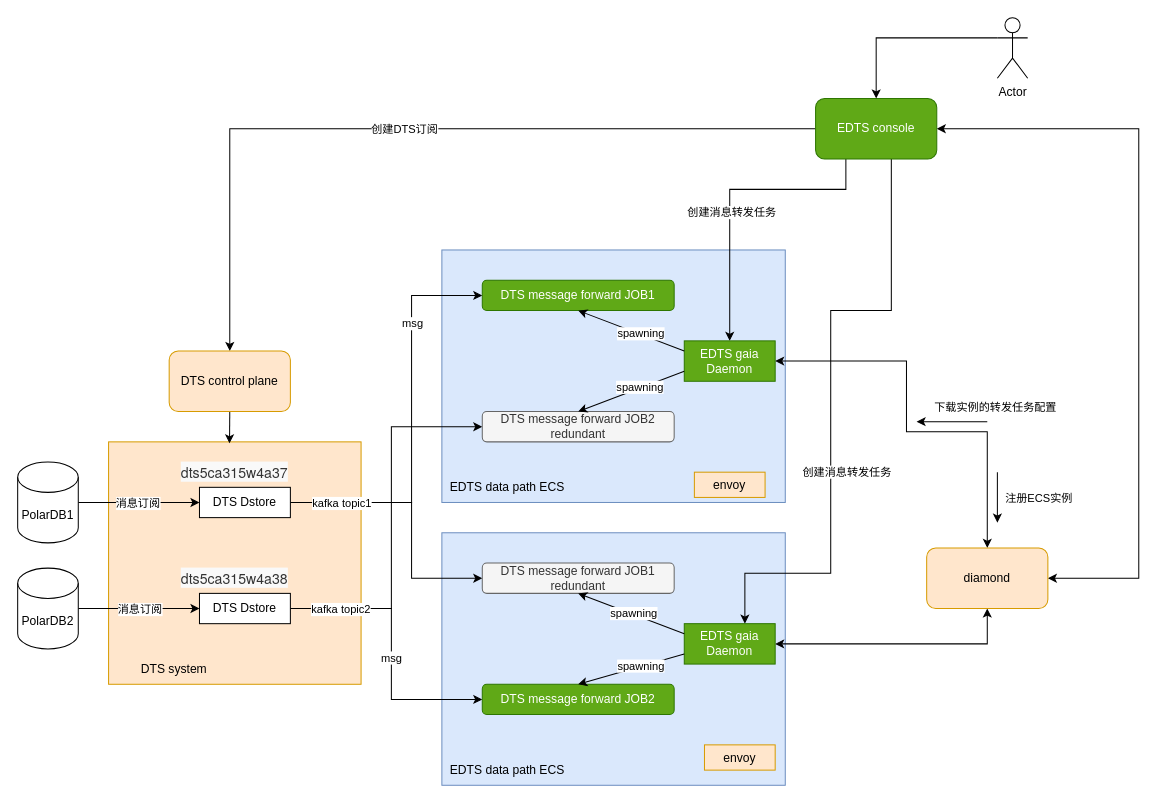
This is page "EDTS design" (7 of 7) of eleme/EDTS.drawio from zhangwm1987/mydraw_io, a draw.io file, before an edit. Source tidied: cells renumbered, new cells numbered last; positions are measured from the earlier drawing's top-left corner, leaving out a move shared by most shapes. Both pictures are drawn from the tidied source at 101%, with x=0, y=0 at pixel (17, 17).
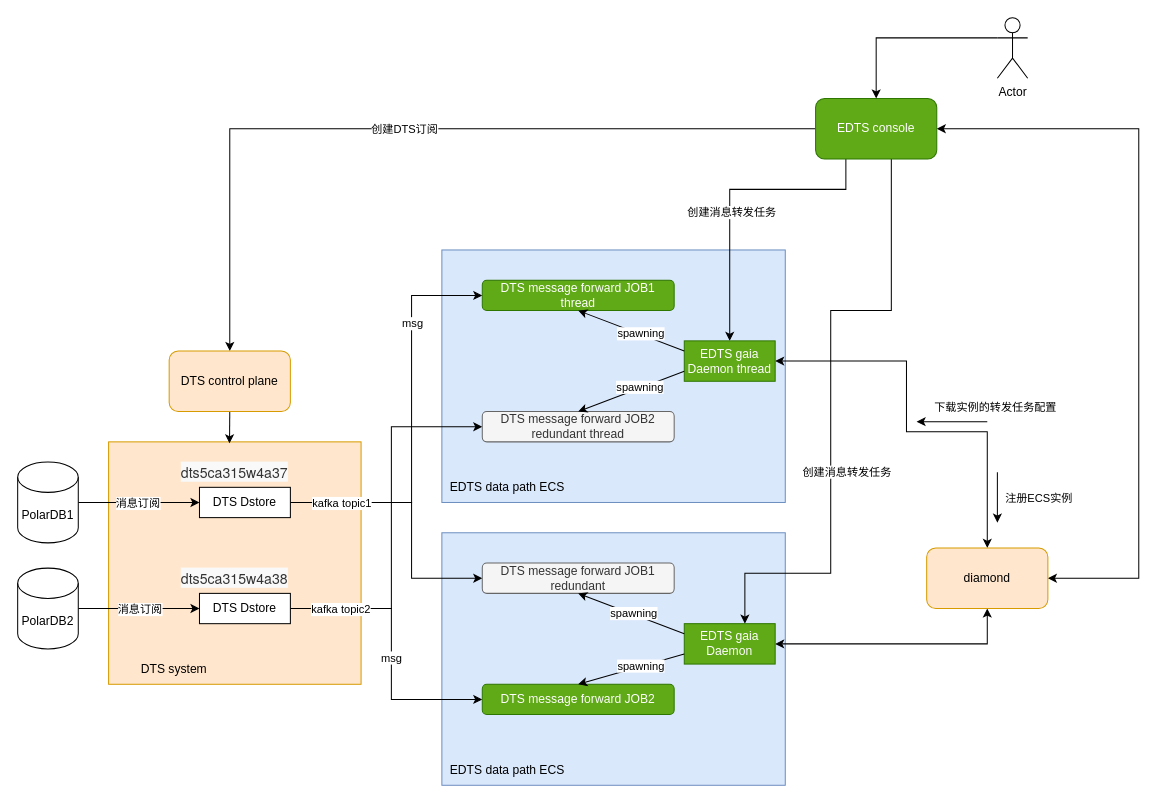
The same page after the edit.

What changed in the source:
```diff
@@
-    <mxCell id="33" value="DTS message forward JOB1" style="rounded=1;whiteSpace=wrap;html=1;fillColor=#60a917;strokeColor=#2D7600;fontColor=#ffffff;" parent="1" vertex="1">
+    <mxCell id="33" value="DTS message forward JOB1 thread" style="rounded=1;whiteSpace=wrap;html=1;fillColor=#60a917;strokeColor=#2D7600;fontColor=#ffffff;" parent="1" vertex="1">
       <mxGeometry x="460" y="260" width="190" height="30" as="geometry" />
     </mxCell>
@@
-    <mxCell id="36" value="DTS message forward JOB2 redundant" style="rounded=1;whiteSpace=wrap;html=1;fillColor=#f5f5f5;strokeColor=#666666;fontColor=#333333;" parent="1" vertex="1">
+    <mxCell id="36" value="DTS message forward JOB2 redundant thread" style="rounded=1;whiteSpace=wrap;html=1;fillColor=#f5f5f5;strokeColor=#666666;fontColor=#333333;" parent="1" vertex="1">
       <mxGeometry x="460" y="390" width="190" height="30" as="geometry" />
     </mxCell>
@@
-    <mxCell id="38" value="EDTS gaia Daemon" style="rounded=0;whiteSpace=wrap;html=1;fillColor=#60a917;fontColor=#ffffff;strokeColor=#2D7600;" parent="1" vertex="1">
+    <mxCell id="38" value="EDTS gaia Daemon thread" style="rounded=0;whiteSpace=wrap;html=1;fillColor=#60a917;fontColor=#ffffff;strokeColor=#2D7600;" parent="1" vertex="1">
       <mxGeometry x="660" y="320" width="90" height="40" as="geometry" />
     </mxCell>
@@
-    <mxCell id="42" value="envoy" style="rounded=0;whiteSpace=wrap;html=1;fillColor=#ffe6cc;strokeColor=#d79b00;" parent="1" vertex="1">
-      <mxGeometry x="670" y="450" width="70" height="25" as="geometry" />
-    </mxCell>
-    <mxCell id="43" value="envoy" style="rounded=0;whiteSpace=wrap;html=1;fillColor=#ffe6cc;strokeColor=#d79b00;" parent="1" vertex="1">
-      <mxGeometry x="680" y="720" width="70" height="25" as="geometry" />
-    </mxCell>
```
